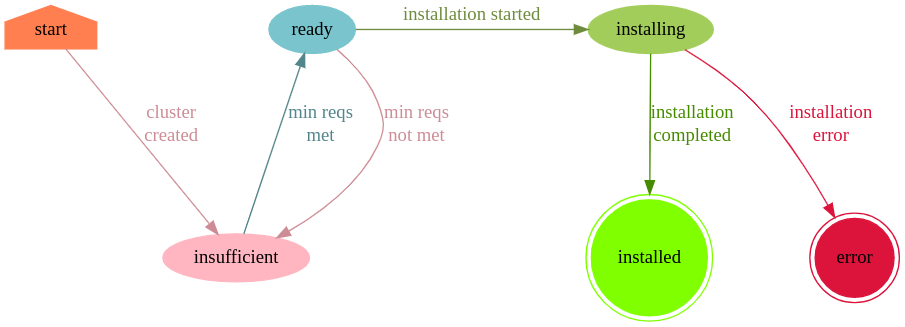
This is docs/ClusterState.png from openshift/assisted-service, a Graphviz export, as it was before one commit. Its source is kept beside it as docs/ClusterState.dot.
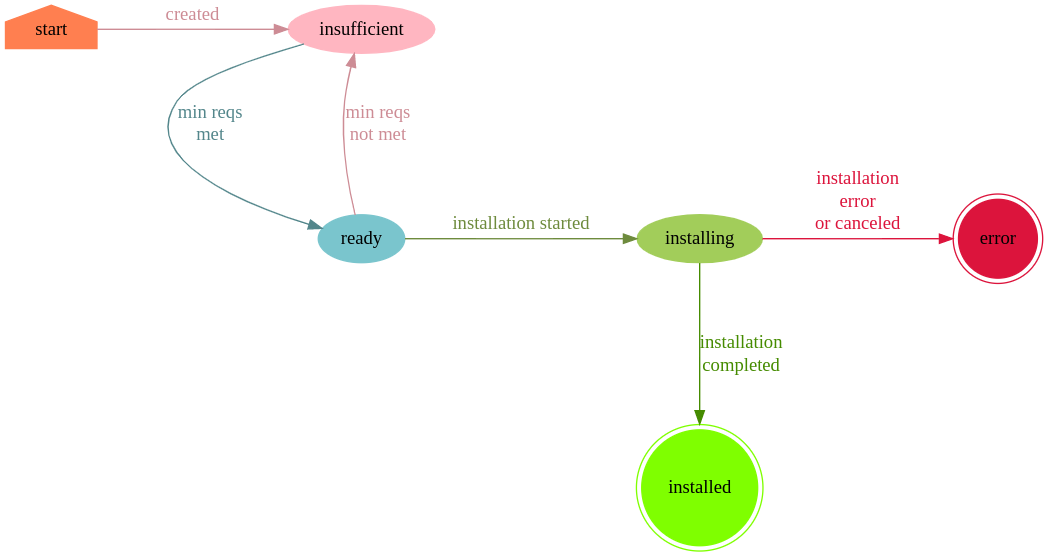
The same file after the commit.

Commit message:
MGMT-1131: Add api to cancel installation (swagger+docs)

The edit, as a diff of the source:
```diff
@@ -15,8 +15,11 @@
     ready -> insufficient [style=invis];
     ready -> installing [label = "installation started", color=darkolivegreen4, fontcolor=darkolivegreen4];
     installing -> installed [label = "installation\ncompleted", color=chartreuse4, fontcolor=chartreuse4];
-    installing -> error [label = "installation\nerror", color=crimson, fontcolor=crimson];
+    installing -> error [label = "installation\nerror\nor canceled", color=crimson, fontcolor=crimson];
 
+    {rank=min; start}
     {rank=max; installed}
-    {rank=same; start; ready; installing}
+    {rank=same; start; insufficient}
+    {rank=same; ready; installing; error}
+    {rank=same; installed}
 }
```
